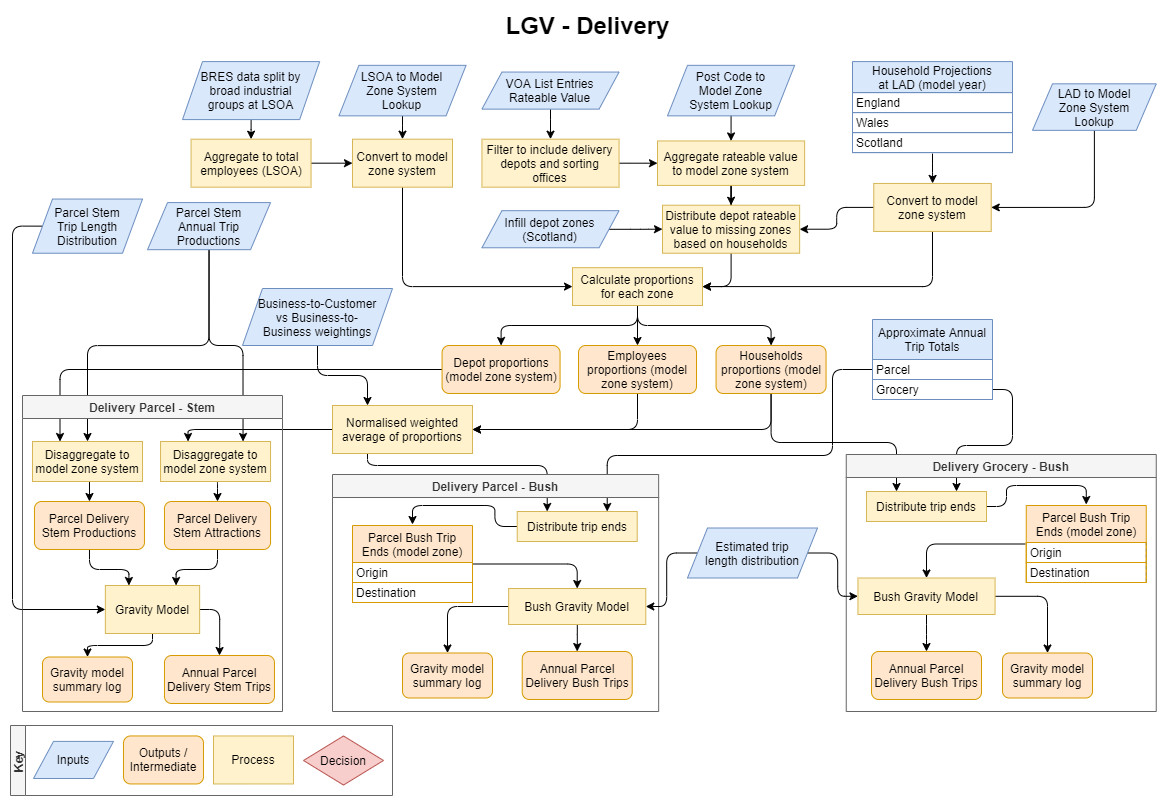
The draw.io diagram local_freight_tool/doc/images/LGV_methodology-Delivery.png in Transport-for-the-North/caf-freight-tools, before a commit. Source tidied: cells renumbered, new cells last; positions are measured from the earlier drawing's top-left corner, leaving out a move shared by most shapes.
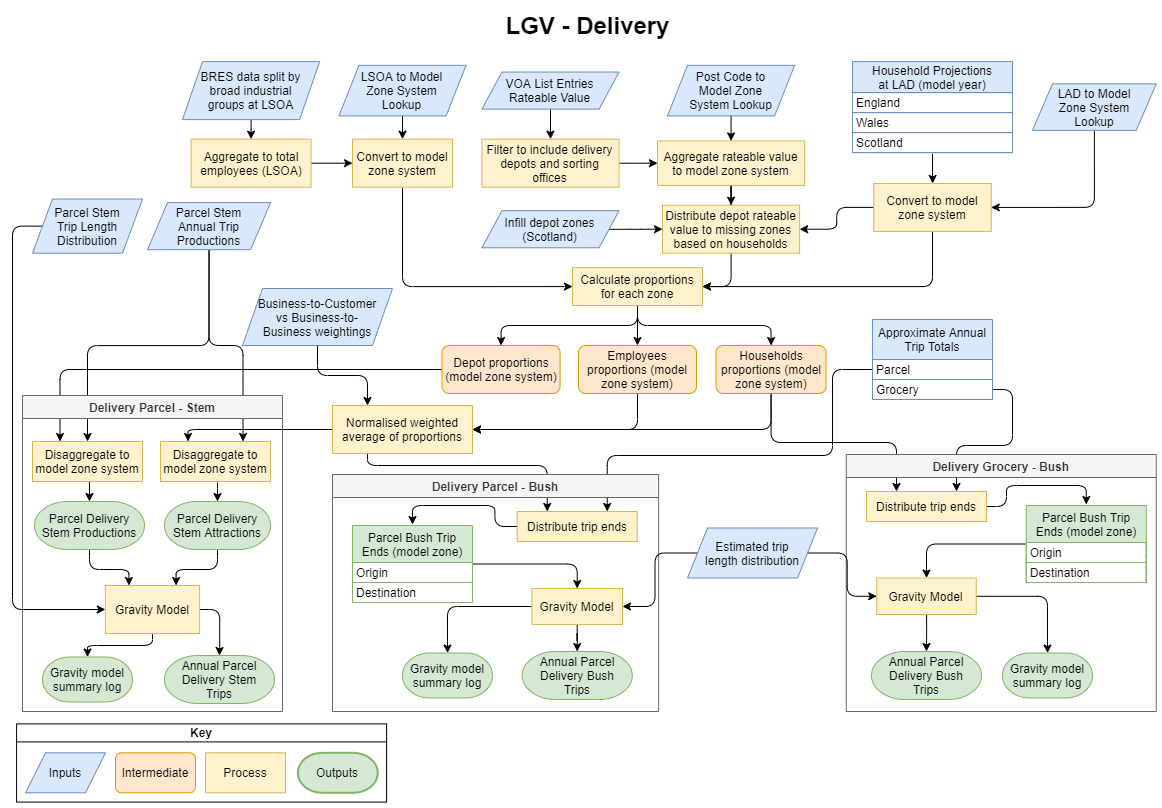
Above is the later version.

Diff of the diagram source:
```diff
@@ -154,13 +154,13 @@
     <mxCell id="47" style="edgeStyle=orthogonalEdgeStyle;rounded=1;jettySize=auto;html=1;exitX=0.5;exitY=1;exitDx=0;exitDy=0;entryX=0.25;entryY=0;entryDx=0;entryDy=0;" parent="44" edge="1" source="48" target="53">
       <mxGeometry relative="1" as="geometry" />
     </mxCell>
-    <mxCell id="48" value="Parcel Delivery Stem Productions" style="rounded=1;whiteSpace=wrap;html=1;shadow=0;glass=0;labelBackgroundColor=none;comic=0;sketch=0;strokeColor=#d79b00;strokeWidth=1;fillColor=#ffe6cc;fontSize=12;" parent="44" vertex="1">
+    <mxCell id="48" value="Parcel Delivery Stem Productions" style="strokeWidth=1;html=1;shape=mxgraph.flowchart.terminator;whiteSpace=wrap;rounded=0;shadow=0;glass=0;sketch=0;fillColor=#d5e8d4;strokeColor=#82b366;fontFamily=Helvetica;fontSize=12;align=center;comic=0;" parent="44" vertex="1">
       <mxGeometry x="12" y="106" width="110" height="48" as="geometry" />
     </mxCell>
     <mxCell id="49" style="edgeStyle=orthogonalEdgeStyle;rounded=1;jettySize=auto;html=1;exitX=0.5;exitY=1;exitDx=0;exitDy=0;entryX=0.75;entryY=0;entryDx=0;entryDy=0;" parent="44" edge="1" source="50" target="53">
       <mxGeometry relative="1" as="geometry" />
     </mxCell>
-    <mxCell id="50" value="Parcel Delivery Stem Attractions" style="rounded=1;whiteSpace=wrap;html=1;shadow=0;glass=0;labelBackgroundColor=none;comic=0;sketch=0;strokeColor=#d79b00;strokeWidth=1;fillColor=#ffe6cc;fontSize=12;" parent="44" vertex="1">
+    <mxCell id="50" value="Parcel Delivery Stem Attractions" style="strokeWidth=1;html=1;shape=mxgraph.flowchart.terminator;whiteSpace=wrap;rounded=0;shadow=0;glass=0;sketch=0;fillColor=#d5e8d4;strokeColor=#82b366;fontFamily=Helvetica;fontSize=12;align=center;comic=0;" parent="44" vertex="1">
       <mxGeometry x="142" y="106" width="106.1" height="48" as="geometry" />
     </mxCell>
     <mxCell id="51" style="edgeStyle=orthogonalEdgeStyle;rounded=1;jettySize=auto;html=1;exitX=1;exitY=0.5;exitDx=0;exitDy=0;entryX=0.5;entryY=0;entryDx=0;entryDy=0;" parent="44" edge="1" source="53" target="54">
@@ -177,7 +177,7 @@
     <mxCell id="53" value="Gravity Model" style="rounded=0;whiteSpace=wrap;html=1;shadow=0;glass=0;labelBackgroundColor=none;comic=0;sketch=0;strokeColor=#d6b656;strokeWidth=1;fillColor=#fff2cc;fontSize=12;" parent="44" vertex="1">
       <mxGeometry x="82.8" y="190" width="94.3" height="48" as="geometry" />
     </mxCell>
-    <mxCell id="54" value="Annual Parcel Delivery Stem Trips" style="rounded=1;whiteSpace=wrap;html=1;shadow=0;glass=0;labelBackgroundColor=none;comic=0;sketch=0;strokeColor=#d79b00;strokeWidth=1;fillColor=#ffe6cc;fontSize=12;" parent="44" vertex="1">
+    <mxCell id="54" value="Annual Parcel Delivery Stem Trips" style="strokeWidth=1;html=1;shape=mxgraph.flowchart.terminator;whiteSpace=wrap;rounded=0;shadow=0;glass=0;sketch=0;fillColor=#d5e8d4;strokeColor=#82b366;fontFamily=Helvetica;fontSize=12;align=center;comic=0;spacingRight=10;spacingLeft=10;" parent="44" vertex="1">
       <mxGeometry x="142" y="260" width="110" height="48" as="geometry" />
     </mxCell>
     <mxCell id="55" style="edgeStyle=orthogonalEdgeStyle;rounded=1;jettySize=auto;html=1;exitX=0.5;exitY=1;exitDx=0;exitDy=0;entryX=0.5;entryY=0;entryDx=0;entryDy=0;" parent="44" edge="1" source="56" target="50">
@@ -186,7 +186,7 @@
     <mxCell id="56" value="Disaggregate to model zone system" style="rounded=0;whiteSpace=wrap;html=1;shadow=0;glass=0;labelBackgroundColor=none;comic=0;sketch=0;strokeColor=#d6b656;strokeWidth=1;fillColor=#fff2cc;fontSize=12;" parent="44" vertex="1">
       <mxGeometry x="138" y="46" width="110" height="40" as="geometry" />
     </mxCell>
-    <mxCell id="57" value="Gravity model summary log" style="rounded=1;whiteSpace=wrap;html=1;shadow=0;glass=0;labelBackgroundColor=none;comic=0;sketch=0;strokeColor=#d79b00;strokeWidth=1;fillColor=#ffe6cc;fontSize=12;" parent="44" vertex="1">
+    <mxCell id="57" value="Gravity model summary log" style="strokeWidth=1;html=1;shape=mxgraph.flowchart.terminator;whiteSpace=wrap;rounded=0;shadow=0;glass=0;sketch=0;fillColor=#d5e8d4;strokeColor=#82b366;fontFamily=Helvetica;fontSize=12;align=center;comic=0;" parent="44" vertex="1">
       <mxGeometry x="20" y="261.5" width="90" height="45" as="geometry" />
     </mxCell>
     <mxCell id="58" style="edgeStyle=orthogonalEdgeStyle;rounded=1;jettySize=auto;html=1;entryX=0;entryY=0.5;entryDx=0;entryDy=0;exitX=0;exitY=0.5;exitDx=0;exitDy=0;" parent="1" edge="1" source="59" target="53">
@@ -239,25 +239,25 @@
     <mxCell id="70" style="edgeStyle=orthogonalEdgeStyle;rounded=1;jettySize=auto;html=1;entryX=0.5;entryY=0;entryDx=0;entryDy=0;" parent="66" edge="1" source="71" target="75">
       <mxGeometry relative="1" as="geometry" />
     </mxCell>
-    <mxCell id="71" value="Parcel Bush Trip Ends (model zone)" style="swimlane;fontStyle=0;horizontal=1;startSize=37;fillColor=#ffe6cc;rounded=0;separatorColor=#6C8EBF;swimlaneFillColor=none;perimeterSpacing=1;swimlaneLine=1;arcSize=13;strokeColor=#d79b00;whiteSpace=wrap;" parent="66" vertex="1">
+    <mxCell id="71" value="Parcel Bush Trip Ends (model zone)" style="swimlane;fontStyle=0;horizontal=1;startSize=37;fillColor=#d5e8d4;rounded=0;separatorColor=#6C8EBF;swimlaneFillColor=none;perimeterSpacing=1;swimlaneLine=1;arcSize=13;strokeColor=#82b366;whiteSpace=wrap;" parent="66" vertex="1">
       <mxGeometry x="180" y="51" width="120" height="77" as="geometry" />
     </mxCell>
-    <mxCell id="72" value="Origin" style="text;align=left;verticalAlign=middle;spacingLeft=4;spacingRight=4;overflow=hidden;rounded=0;strokeColor=#d79b00;spacing=0;" parent="71" vertex="1">
+    <mxCell id="72" value="Origin" style="text;align=left;verticalAlign=middle;spacingLeft=4;spacingRight=4;overflow=hidden;rounded=0;strokeColor=#82b366;spacing=0;" parent="71" vertex="1">
       <mxGeometry y="37" width="120" height="20" as="geometry" />
     </mxCell>
-    <mxCell id="73" value="Destination" style="text;align=left;verticalAlign=middle;spacingLeft=4;spacingRight=4;overflow=hidden;rounded=0;strokeColor=#d79b00;spacing=0;" parent="71" vertex="1">
+    <mxCell id="73" value="Destination" style="text;align=left;verticalAlign=middle;spacingLeft=4;spacingRight=4;overflow=hidden;rounded=0;strokeColor=#82b366;spacing=0;" parent="71" vertex="1">
       <mxGeometry y="57" width="120" height="20" as="geometry" />
     </mxCell>
     <mxCell id="74" style="edgeStyle=orthogonalEdgeStyle;rounded=1;jettySize=auto;html=1;entryX=0.5;entryY=0;entryDx=0;entryDy=0;" parent="66" edge="1" source="75" target="77">
       <mxGeometry relative="1" as="geometry" />
     </mxCell>
-    <mxCell id="75" value="Bush Gravity Model" style="rounded=0;whiteSpace=wrap;html=1;shadow=0;glass=0;labelBackgroundColor=none;comic=0;sketch=0;strokeColor=#d6b656;strokeWidth=1;fillColor=#fff2cc;fontSize=12;" parent="66" vertex="1">
-      <mxGeometry x="11.7" y="123.5" width="137.1" height="36.5" as="geometry" />
+    <mxCell id="75" value="Gravity Model" style="rounded=0;whiteSpace=wrap;html=1;shadow=0;glass=0;labelBackgroundColor=none;comic=0;sketch=0;strokeColor=#d6b656;strokeWidth=1;fillColor=#fff2cc;fontSize=12;" parent="66" vertex="1">
+      <mxGeometry x="30.5" y="123.5" width="99.5" height="36.5" as="geometry" />
     </mxCell>
-    <mxCell id="76" value="Annual Parcel Delivery Bush Trips" style="rounded=1;whiteSpace=wrap;html=1;shadow=0;glass=0;labelBackgroundColor=none;comic=0;sketch=0;strokeColor=#d79b00;strokeWidth=1;fillColor=#ffe6cc;fontSize=12;" parent="66" vertex="1">
+    <mxCell id="76" value="Annual Parcel Delivery Bush Trips" style="strokeWidth=1;html=1;shape=mxgraph.flowchart.terminator;whiteSpace=wrap;rounded=0;shadow=0;glass=0;sketch=0;fillColor=#d5e8d4;strokeColor=#82b366;fontFamily=Helvetica;fontSize=12;align=center;comic=0;spacingRight=10;spacingLeft=10;" parent="66" vertex="1">
       <mxGeometry x="25.3" y="197" width="110" height="48" as="geometry" />
     </mxCell>
-    <mxCell id="77" value="Gravity model summary log" style="rounded=1;whiteSpace=wrap;html=1;shadow=0;glass=0;labelBackgroundColor=none;comic=0;sketch=0;strokeColor=#d79b00;strokeWidth=1;fillColor=#ffe6cc;fontSize=12;" parent="66" vertex="1">
+    <mxCell id="77" value="Gravity model summary log" style="strokeWidth=1;html=1;shape=mxgraph.flowchart.terminator;whiteSpace=wrap;rounded=0;shadow=0;glass=0;sketch=0;fillColor=#d5e8d4;strokeColor=#82b366;fontFamily=Helvetica;fontSize=12;align=center;comic=0;" parent="66" vertex="1">
       <mxGeometry x="156.2" y="198.5" width="90" height="45" as="geometry" />
     </mxCell>
     <mxCell id="78" value="Delivery Parcel - Bush" style="swimlane;labelBackgroundColor=none;fillColor=#f5f5f5;strokeColor=#666666;fontColor=#333333;" parent="1" vertex="1">
@@ -275,25 +275,25 @@
     <mxCell id="82" style="edgeStyle=orthogonalEdgeStyle;rounded=1;jettySize=auto;html=1;entryX=0.5;entryY=0;entryDx=0;entryDy=0;" parent="78" edge="1" source="83" target="87">
       <mxGeometry relative="1" as="geometry" />
     </mxCell>
-    <mxCell id="83" value="Parcel Bush Trip Ends (model zone)" style="swimlane;fontStyle=0;horizontal=1;startSize=37;fillColor=#ffe6cc;rounded=0;separatorColor=#6C8EBF;swimlaneFillColor=none;perimeterSpacing=1;swimlaneLine=1;arcSize=13;strokeColor=#d79b00;whiteSpace=wrap;" parent="78" vertex="1">
+    <mxCell id="83" value="Parcel Bush Trip Ends (model zone)" style="swimlane;fontStyle=0;horizontal=1;startSize=37;fillColor=#d5e8d4;rounded=0;separatorColor=#6C8EBF;swimlaneFillColor=none;perimeterSpacing=1;swimlaneLine=1;arcSize=13;strokeColor=#82b366;whiteSpace=wrap;" parent="78" vertex="1">
       <mxGeometry x="20" y="51" width="120" height="77" as="geometry" />
     </mxCell>
-    <mxCell id="84" value="Origin" style="text;align=left;verticalAlign=middle;spacingLeft=4;spacingRight=4;overflow=hidden;rounded=0;strokeColor=#d79b00;spacing=0;" parent="83" vertex="1">
+    <mxCell id="84" value="Origin" style="text;align=left;verticalAlign=middle;spacingLeft=4;spacingRight=4;overflow=hidden;rounded=0;strokeColor=#82b366;spacing=0;" parent="83" vertex="1">
       <mxGeometry y="37" width="120" height="20" as="geometry" />
     </mxCell>
-    <mxCell id="85" value="Destination" style="text;align=left;verticalAlign=middle;spacingLeft=4;spacingRight=4;overflow=hidden;rounded=0;strokeColor=#d79b00;spacing=0;" parent="83" vertex="1">
+    <mxCell id="85" value="Destination" style="text;align=left;verticalAlign=middle;spacingLeft=4;spacingRight=4;overflow=hidden;rounded=0;strokeColor=#82b366;spacing=0;" parent="83" vertex="1">
       <mxGeometry y="57" width="120" height="20" as="geometry" />
     </mxCell>
     <mxCell id="86" style="edgeStyle=orthogonalEdgeStyle;rounded=1;jettySize=auto;html=1;entryX=0.5;entryY=0;entryDx=0;entryDy=0;" parent="78" edge="1" source="87" target="89">
       <mxGeometry relative="1" as="geometry" />
     </mxCell>
-    <mxCell id="87" value="Bush Gravity Model" style="rounded=0;whiteSpace=wrap;html=1;shadow=0;glass=0;labelBackgroundColor=none;comic=0;sketch=0;strokeColor=#d6b656;strokeWidth=1;fillColor=#fff2cc;fontSize=12;" parent="78" vertex="1">
-      <mxGeometry x="176.2" y="114" width="137.1" height="36" as="geometry" />
+    <mxCell id="87" value="Gravity Model" style="rounded=0;whiteSpace=wrap;html=1;shadow=0;glass=0;labelBackgroundColor=none;comic=0;sketch=0;strokeColor=#d6b656;strokeWidth=1;fillColor=#fff2cc;fontSize=12;" parent="78" vertex="1">
+      <mxGeometry x="199.4" y="114" width="90.6" height="36" as="geometry" />
     </mxCell>
-    <mxCell id="88" value="Annual Parcel Delivery Bush Trips" style="rounded=1;whiteSpace=wrap;html=1;shadow=0;glass=0;labelBackgroundColor=none;comic=0;sketch=0;strokeColor=#d79b00;strokeWidth=1;fillColor=#ffe6cc;fontSize=12;" parent="78" vertex="1">
+    <mxCell id="88" value="Annual Parcel Delivery Bush Trips" style="strokeWidth=1;html=1;shape=mxgraph.flowchart.terminator;whiteSpace=wrap;rounded=0;shadow=0;glass=0;sketch=0;fillColor=#d5e8d4;strokeColor=#82b366;fontFamily=Helvetica;fontSize=12;align=center;comic=0;spacingRight=10;spacingLeft=10;" parent="78" vertex="1">
       <mxGeometry x="189.7" y="177" width="110" height="48" as="geometry" />
     </mxCell>
-    <mxCell id="89" value="Gravity model summary log" style="rounded=1;whiteSpace=wrap;html=1;shadow=0;glass=0;labelBackgroundColor=none;comic=0;sketch=0;strokeColor=#d79b00;strokeWidth=1;fillColor=#ffe6cc;fontSize=12;" parent="78" vertex="1">
+    <mxCell id="89" value="Gravity model summary log" style="strokeWidth=1;html=1;shape=mxgraph.flowchart.terminator;whiteSpace=wrap;rounded=0;shadow=0;glass=0;sketch=0;fillColor=#d5e8d4;strokeColor=#82b366;fontFamily=Helvetica;fontSize=12;align=center;comic=0;" parent="78" vertex="1">
       <mxGeometry x="70" y="178.5" width="90" height="45" as="geometry" />
     </mxCell>
     <mxCell id="90" value="Approximate Annual Trip Totals" style="swimlane;fontStyle=0;horizontal=1;startSize=40;fillColor=#dae8fc;rounded=0;separatorColor=#6C8EBF;swimlaneFillColor=none;perimeterSpacing=1;swimlaneLine=1;arcSize=13;strokeColor=#6C8EBF;whiteSpace=wrap;" parent="1" vertex="1">
@@ -305,21 +305,6 @@
     <mxCell id="92" value="Grocery" style="text;fillColor=none;align=left;verticalAlign=middle;spacingLeft=4;spacingRight=4;overflow=hidden;points=[[0,0.5],[1,0.5]];portConstraint=eastwest;rounded=0;strokeColor=#6C8EBF;spacing=0;" parent="90" vertex="1">
       <mxGeometry y="60" width="120" height="20" as="geometry" />
     </mxCell>
-    <mxCell id="93" value="Key" style="swimlane;direction=east;startSize=15;horizontal=0;fillColor=#f5f5f5;strokeColor=#666666;fontColor=#333333;" parent="1" vertex="1">
-      <mxGeometry y="720" width="382" height="70" as="geometry" />
-    </mxCell>
-    <mxCell id="94" value="Inputs" style="shape=parallelogram;perimeter=parallelogramPerimeter;whiteSpace=wrap;html=1;fixedSize=1;shadow=0;glass=0;labelBackgroundColor=none;comic=0;sketch=0;strokeColor=#6c8ebf;strokeWidth=1;fillColor=#dae8fc;fontSize=12;spacingRight=10;spacingLeft=10;" parent="93" vertex="1">
-      <mxGeometry x="23" y="15.9" width="80" height="37.1" as="geometry" />
-    </mxCell>
-    <mxCell id="95" value="Outputs / Intermediate" style="whiteSpace=wrap;html=1;shadow=0;glass=0;labelBackgroundColor=none;comic=0;sketch=0;strokeColor=#d79b00;strokeWidth=1;fillColor=#ffe6cc;fontSize=12;rounded=1;" parent="93" vertex="1">
-      <mxGeometry x="113" y="10.4" width="80" height="48" as="geometry" />
-    </mxCell>
-    <mxCell id="96" value="Process" style="whiteSpace=wrap;html=1;shadow=0;glass=0;labelBackgroundColor=none;comic=0;sketch=0;strokeColor=#d6b656;strokeWidth=1;fillColor=#fff2cc;fontSize=12;" parent="93" vertex="1">
-      <mxGeometry x="203" y="10.4" width="80" height="48" as="geometry" />
-    </mxCell>
-    <mxCell id="97" value="Decision" style="rhombus;whiteSpace=wrap;html=1;shadow=0;glass=0;labelBackgroundColor=none;comic=0;sketch=0;strokeColor=#b85450;strokeWidth=1;fillColor=#f8cecc;fontSize=12;" parent="93" vertex="1">
-      <mxGeometry x="293" y="10.4" width="80" height="49.1" as="geometry" />
-    </mxCell>
     <mxCell id="98" style="edgeStyle=orthogonalEdgeStyle;rounded=1;jettySize=auto;html=1;entryX=1;entryY=0.5;entryDx=0;entryDy=0;" parent="1" edge="1" source="100" target="87">
       <mxGeometry relative="1" as="geometry" />
     </mxCell>
@@ -341,5 +326,20 @@
     <mxCell id="104" value="Distribute depot rateable value to missing zones based on households" style="rounded=0;whiteSpace=wrap;html=1;shadow=0;glass=0;labelBackgroundColor=none;comic=0;sketch=0;strokeColor=#d6b656;strokeWidth=1;fillColor=#fff2cc;fontSize=12;" parent="1" vertex="1">
       <mxGeometry x="652" y="199.7" width="137.1" height="48" as="geometry" />
     </mxCell>
+    <mxCell id="93" value="Key" style="swimlane;rotation=90;direction=east;horizontal=0;noLabel=0;align=center;verticalAlign=middle;flipV=0;flipH=0;startSize=18;fillColor=none;" parent="1" vertex="1">
+      <mxGeometry x="152" y="572.5" width="78.2" height="370" as="geometry" />
+    </mxCell>
+    <mxCell id="94" value="Inputs" style="shape=parallelogram;perimeter=parallelogramPerimeter;whiteSpace=wrap;html=1;fixedSize=1;rounded=0;shadow=0;glass=0;labelBackgroundColor=none;comic=0;sketch=0;strokeColor=#6c8ebf;strokeWidth=1;fillColor=#dae8fc;fontSize=12;spacingRight=10;spacingLeft=10;rotation=0;" parent="93" vertex="1">
+      <mxGeometry x="-137" y="174.8" width="80" height="40" as="geometry" />
+    </mxCell>
+    <mxCell id="105" value="Intermediate" style="rounded=1;whiteSpace=wrap;html=1;shadow=0;glass=0;labelBackgroundColor=none;comic=0;sketch=0;strokeColor=#d79b00;strokeWidth=1;fillColor=#ffe6cc;fontSize=12;rotation=0;" parent="93" vertex="1">
+      <mxGeometry x="-47" y="174.8" width="80" height="40" as="geometry" />
+    </mxCell>
+    <mxCell id="96" value="Process" style="rounded=0;whiteSpace=wrap;html=1;shadow=0;glass=0;labelBackgroundColor=none;comic=0;sketch=0;strokeColor=#d6b656;strokeWidth=1;fillColor=#fff2cc;fontSize=12;rotation=0;" parent="93" vertex="1">
+      <mxGeometry x="43" y="174.8" width="80" height="40" as="geometry" />
+    </mxCell>
+    <mxCell id="106" value="Outputs" style="strokeWidth=2;html=1;shape=mxgraph.flowchart.terminator;whiteSpace=wrap;rounded=0;shadow=0;glass=0;sketch=0;fillColor=#d5e8d4;strokeColor=#82b366;rotation=0;" parent="93" vertex="1">
+      <mxGeometry x="135.3" y="174.8" width="80" height="40" as="geometry" />
+    </mxCell>
   </root>
 </mxGraphModel>
```
